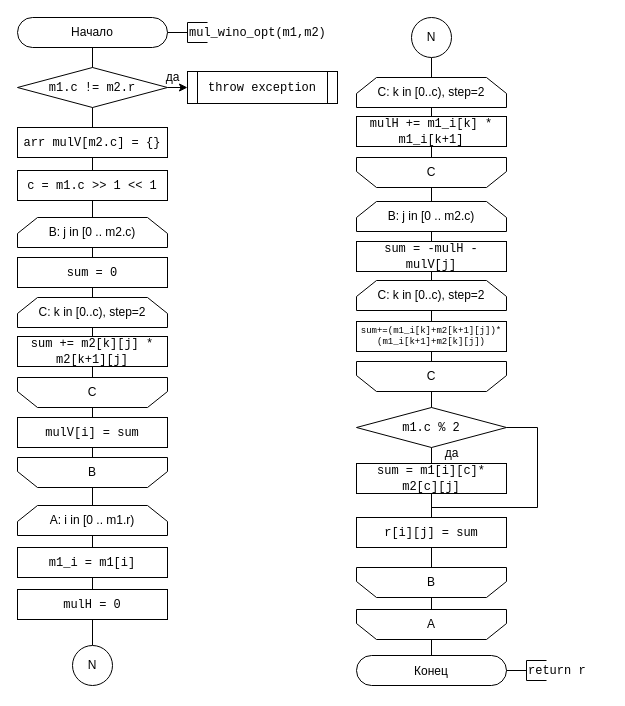
This is page "Page-3" (3 of 3) of AA/diagram/2.drawio from lnq99/BMSTU-IU7-5SEM, a draw.io file, before an edit. Source tidied: cells renumbered, new cells numbered last; positions are measured from the earlier drawing's top-left corner, leaving out a move shared by most shapes. Both pictures are drawn from the tidied source at 100%, with x=0, y=0 at pixel (17, 17).
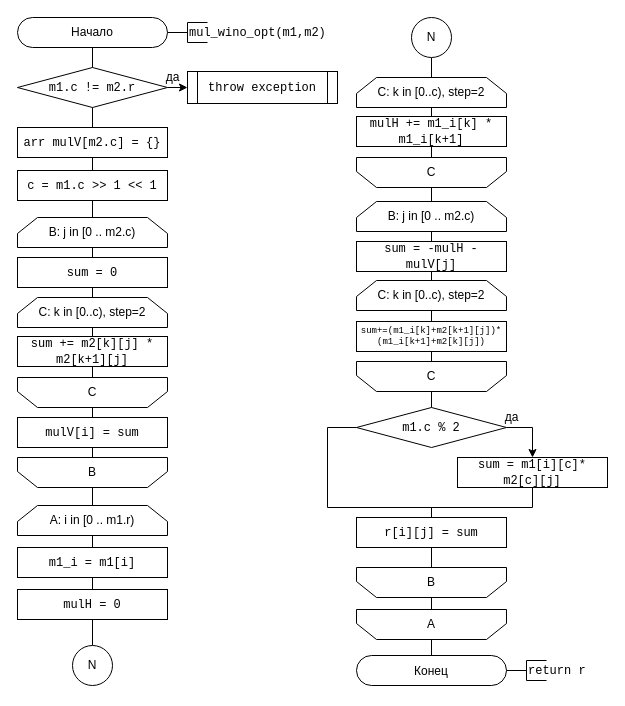
The same page after the edit.

Unchanged cells that the change refers to:
```xml
<mxCell id="56" value="&lt;font face=&quot;Courier New&quot;&gt;r[i][j] = sum&lt;br&gt;&lt;/font&gt;" style="rounded=0;whiteSpace=wrap;html=1;strokeWidth=1;fillColor=none;" parent="1" vertex="1">
  <mxGeometry x="339" y="500" width="150" height="30" as="geometry" />
</mxCell>
<mxCell id="64" value="&lt;font face=&quot;Courier New&quot;&gt;m1.c % 2&lt;/font&gt;" style="rhombus;whiteSpace=wrap;html=1;rounded=0;strokeWidth=1;fillColor=none;" parent="1" vertex="1">
  <mxGeometry x="339" y="390" width="150" height="40" as="geometry" />
</mxCell>
```

Change to the diagram source:
```diff
@@
-    <mxCell id="63" style="edgeStyle=orthogonalEdgeStyle;rounded=0;jettySize=auto;html=1;exitX=1;exitY=0.5;exitDx=0;exitDy=0;entryX=0.5;entryY=0;entryDx=0;entryDy=0;endArrow=none;endFill=0;" parent="1" edge="1" source="64" target="56">
+    <mxCell id="63" style="edgeStyle=orthogonalEdgeStyle;rounded=0;jettySize=auto;html=1;exitX=0;exitY=0.5;exitDx=0;exitDy=0;entryX=0.5;entryY=0;entryDx=0;entryDy=0;endArrow=none;endFill=0;" parent="1" edge="1" source="64" target="56">
       <mxGeometry relative="1" as="geometry">
         <Array as="points">
-          <mxPoint x="520" y="410" />
-          <mxPoint x="520" y="490" />
+          <mxPoint x="310" y="410" />
+          <mxPoint x="310" y="490" />
           <mxPoint x="414" y="490" />
         </Array>
       </mxGeometry>
     </mxCell>
@@
     <mxCell id="65" value="да" style="text;html=1;align=center;verticalAlign=middle;" parent="1" vertex="1">
-      <mxGeometry x="419" y="426" width="30" height="20" as="geometry" />
+      <mxGeometry x="479" y="390" width="30" height="20" as="geometry" />
     </mxCell>
-    <mxCell id="66" style="edgeStyle=orthogonalEdgeStyle;rounded=0;jettySize=auto;html=1;exitX=0.5;exitY=0;exitDx=0;exitDy=0;entryX=0.5;entryY=1;entryDx=0;entryDy=0;endArrow=none;endFill=0;" parent="1" edge="1" source="68" target="64">
-      <mxGeometry relative="1" as="geometry" />
+    <mxCell id="66" style="edgeStyle=orthogonalEdgeStyle;rounded=0;jettySize=auto;html=1;exitX=0.5;exitY=0;exitDx=0;exitDy=0;entryX=1;entryY=0.5;entryDx=0;entryDy=0;endArrow=none;endFill=0;startArrow=classic;startFill=1;" parent="1" edge="1" source="68" target="64">
+      <mxGeometry relative="1" as="geometry">
+        <Array as="points">
+          <mxPoint x="515" y="410" />
+        </Array>
+      </mxGeometry>
     </mxCell>
     <mxCell id="67" style="edgeStyle=orthogonalEdgeStyle;rounded=0;jettySize=auto;html=1;exitX=0.5;exitY=1;exitDx=0;exitDy=0;entryX=0.5;entryY=0;entryDx=0;entryDy=0;endArrow=none;endFill=0;" parent="1" edge="1" source="68" target="56">
-      <mxGeometry relative="1" as="geometry" />
+      <mxGeometry relative="1" as="geometry">
+        <Array as="points">
+          <mxPoint x="515" y="490" />
+          <mxPoint x="414" y="490" />
+        </Array>
+      </mxGeometry>
     </mxCell>
     <mxCell id="68" value="&lt;font face=&quot;Courier New&quot;&gt;sum = m1[i][c]* m2[c][j]&lt;br&gt;&lt;/font&gt;" style="rounded=0;whiteSpace=wrap;html=1;strokeWidth=1;fillColor=none;" parent="1" vertex="1">
-      <mxGeometry x="339" y="446" width="150" height="30" as="geometry" />
+      <mxGeometry x="440" y="440" width="150" height="30" as="geometry" />
     </mxCell>
```
